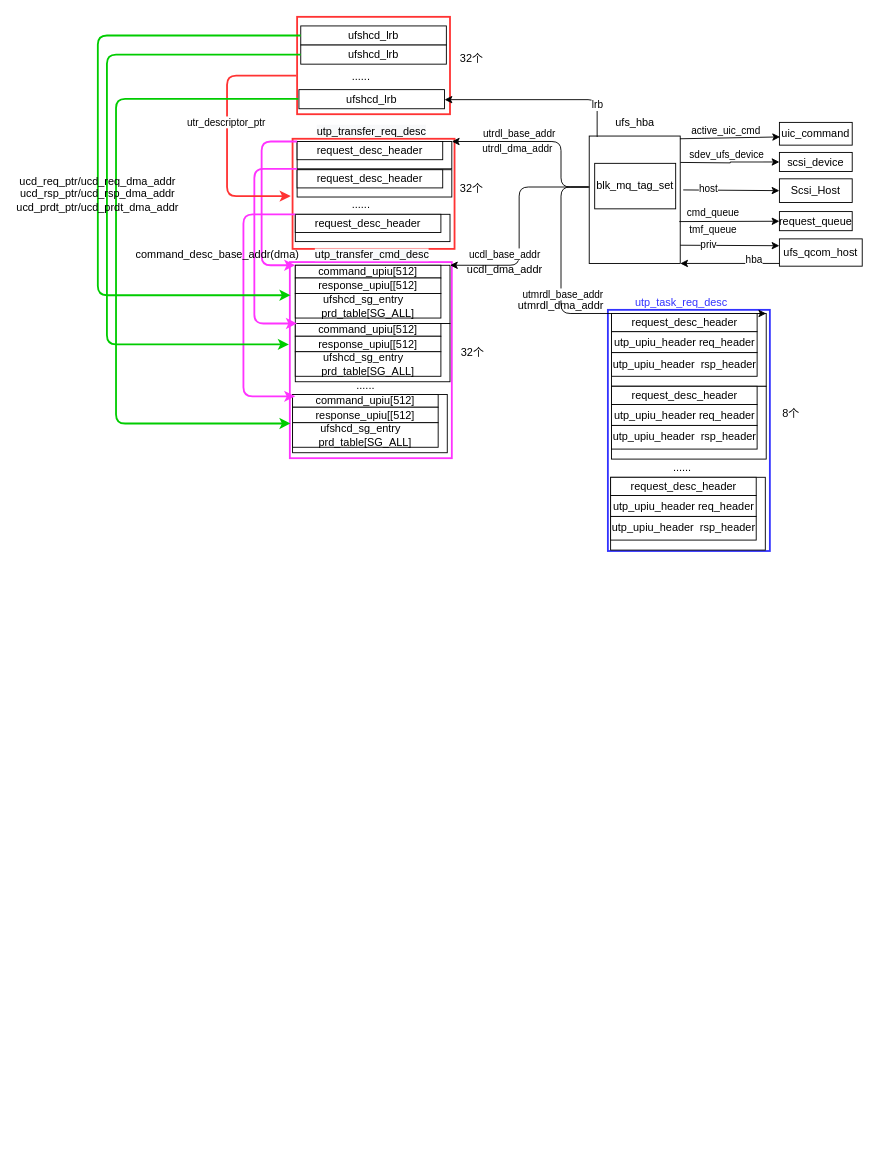
The draw.io diagram ufs.drawio in jasonactions/graph, before the edit. Source tidied: cells renumbered, new cells numbered last; positions are measured from the earlier drawing's top-left corner, leaving out a move shared by most shapes. Both pictures are drawn from the tidied source at 91%, with x=0, y=0 at pixel (15, 16).
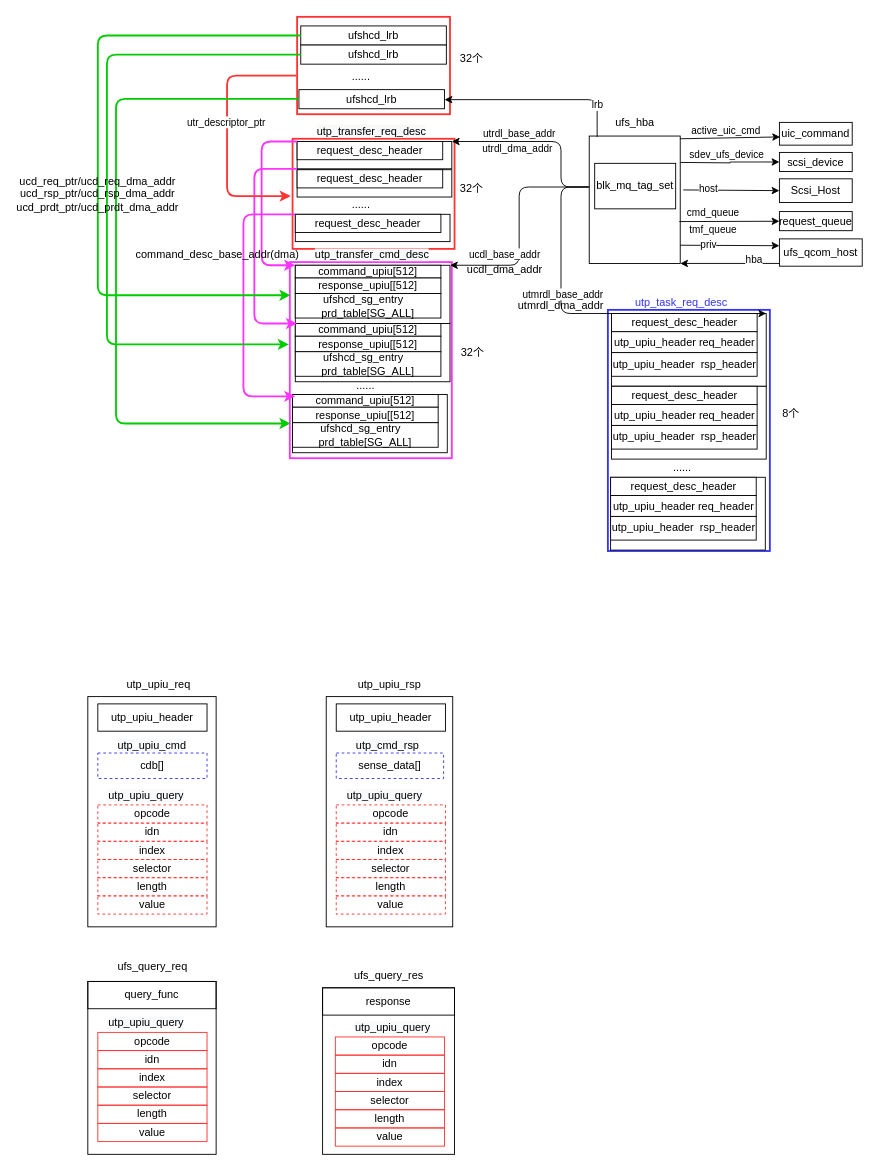
After the change.

What changed in the source:
```diff
@@
+    <mxCell id="92" style="rounded=0;whiteSpace=wrap;html=1;strokeColor=#000000;strokeWidth=1;fillColor=none;" parent="1" vertex="1">
+      <mxGeometry x="79" y="747" width="141" height="253" as="geometry" />
+    </mxCell>
+    <mxCell id="93" value="utp_upiu_header" style="rounded=0;whiteSpace=wrap;html=1;strokeWidth=1;fillColor=none;" parent="1" vertex="1">
+      <mxGeometry x="90" y="755" width="120" height="30" as="geometry" />
+    </mxCell>
@@
+    <mxCell id="94" value="utp_upiu_req" style="text;whiteSpace=wrap;html=1;" parent="1" vertex="1">
+      <mxGeometry x="120" y="720" width="100" height="30" as="geometry" />
+    </mxCell>
+    <mxCell id="95" value="cdb[]" style="rounded=0;whiteSpace=wrap;html=1;strokeWidth=1;fillColor=none;dashed=1;strokeColor=#3333FF;" parent="1" vertex="1">
+      <mxGeometry x="90" y="809" width="120" height="28" as="geometry" />
+    </mxCell>
+    <mxCell id="96" value="opcode" style="rounded=0;whiteSpace=wrap;html=1;strokeWidth=1;fillColor=none;dashed=1;strokeColor=#FF3333;" parent="1" vertex="1">
+      <mxGeometry x="90" y="866" width="120" height="20" as="geometry" />
+    </mxCell>
+    <mxCell id="97" value="&lt;span style=&quot;color: rgb(0, 0, 0); font-family: helvetica; font-size: 12px; font-style: normal; font-weight: 400; letter-spacing: normal; text-align: center; text-indent: 0px; text-transform: none; word-spacing: 0px; background-color: rgb(248, 249, 250); display: inline; float: none;&quot;&gt;utp_upiu_cmd&lt;/span&gt;" style="text;whiteSpace=wrap;html=1;" parent="1" vertex="1">
+      <mxGeometry x="110" y="787" width="100" height="20" as="geometry" />
+    </mxCell>
+    <mxCell id="98" value="&lt;span style=&quot;color: rgb(0 , 0 , 0) ; font-family: &amp;#34;helvetica&amp;#34; ; font-size: 12px ; font-style: normal ; font-weight: 400 ; letter-spacing: normal ; text-align: center ; text-indent: 0px ; text-transform: none ; word-spacing: 0px ; background-color: rgb(248 , 249 , 250) ; display: inline ; float: none&quot;&gt;utp_upiu_query&lt;/span&gt;" style="text;whiteSpace=wrap;html=1;dashed=1;" parent="1" vertex="1">
+      <mxGeometry x="100" y="842" width="100" height="30" as="geometry" />
+    </mxCell>
+    <mxCell id="99" value="idn" style="rounded=0;whiteSpace=wrap;html=1;strokeWidth=1;fillColor=none;dashed=1;strokeColor=#FF3333;" parent="1" vertex="1">
+      <mxGeometry x="90" y="886" width="120" height="20" as="geometry" />
+    </mxCell>
+    <mxCell id="100" value="index" style="rounded=0;whiteSpace=wrap;html=1;strokeWidth=1;fillColor=none;dashed=1;strokeColor=#FF3333;" parent="1" vertex="1">
+      <mxGeometry x="90" y="906" width="120" height="20" as="geometry" />
+    </mxCell>
+    <mxCell id="101" value="selector" style="rounded=0;whiteSpace=wrap;html=1;strokeWidth=1;fillColor=none;dashed=1;strokeColor=#FF3333;" parent="1" vertex="1">
+      <mxGeometry x="90" y="926" width="120" height="20" as="geometry" />
+    </mxCell>
+    <mxCell id="102" value="length" style="rounded=0;whiteSpace=wrap;html=1;strokeWidth=1;fillColor=none;dashed=1;strokeColor=#FF3333;" parent="1" vertex="1">
+      <mxGeometry x="90" y="946" width="120" height="20" as="geometry" />
+    </mxCell>
+    <mxCell id="103" value="value" style="rounded=0;whiteSpace=wrap;html=1;strokeWidth=1;fillColor=none;dashed=1;strokeColor=#FF3333;" parent="1" vertex="1">
+      <mxGeometry x="90" y="966" width="120" height="20" as="geometry" />
+    </mxCell>
+    <mxCell id="104" style="rounded=0;whiteSpace=wrap;html=1;strokeColor=#000000;strokeWidth=1;fillColor=none;" parent="1" vertex="1">
+      <mxGeometry x="341" y="747" width="139" height="253" as="geometry" />
+    </mxCell>
+    <mxCell id="105" value="utp_upiu_header" style="rounded=0;whiteSpace=wrap;html=1;strokeWidth=1;fillColor=none;" parent="1" vertex="1">
+      <mxGeometry x="352" y="755" width="120" height="30" as="geometry" />
+    </mxCell>
+    <mxCell id="106" value="utp_upiu_rsp" style="text;whiteSpace=wrap;html=1;" parent="1" vertex="1">
+      <mxGeometry x="374" y="720" width="100" height="30" as="geometry" />
+    </mxCell>
+    <mxCell id="107" value="sense_data[]" style="rounded=0;whiteSpace=wrap;html=1;strokeWidth=1;fillColor=none;dashed=1;strokeColor=#3333FF;" parent="1" vertex="1">
+      <mxGeometry x="352" y="809" width="118" height="28" as="geometry" />
+    </mxCell>
+    <mxCell id="108" value="opcode" style="rounded=0;whiteSpace=wrap;html=1;strokeWidth=1;fillColor=none;dashed=1;strokeColor=#FF3333;" parent="1" vertex="1">
+      <mxGeometry x="352" y="866" width="120" height="20" as="geometry" />
+    </mxCell>
+    <mxCell id="109" value="&lt;span style=&quot;color: rgb(0 , 0 , 0) ; font-family: &amp;#34;helvetica&amp;#34; ; font-size: 12px ; font-style: normal ; font-weight: 400 ; letter-spacing: normal ; text-align: center ; text-indent: 0px ; text-transform: none ; word-spacing: 0px ; background-color: rgb(248 , 249 , 250) ; display: inline ; float: none&quot;&gt;utp_cmd_rsp&lt;/span&gt;" style="text;whiteSpace=wrap;html=1;" parent="1" vertex="1">
+      <mxGeometry x="372" y="787" width="100" height="20" as="geometry" />
+    </mxCell>
+    <mxCell id="110" value="&lt;span style=&quot;color: rgb(0 , 0 , 0) ; font-family: &amp;#34;helvetica&amp;#34; ; font-size: 12px ; font-style: normal ; font-weight: 400 ; letter-spacing: normal ; text-align: center ; text-indent: 0px ; text-transform: none ; word-spacing: 0px ; background-color: rgb(248 , 249 , 250) ; display: inline ; float: none&quot;&gt;utp_upiu_query&lt;/span&gt;" style="text;whiteSpace=wrap;html=1;dashed=1;" parent="1" vertex="1">
+      <mxGeometry x="362" y="842" width="100" height="30" as="geometry" />
+    </mxCell>
+    <mxCell id="111" value="idn" style="rounded=0;whiteSpace=wrap;html=1;strokeWidth=1;fillColor=none;dashed=1;strokeColor=#FF3333;" parent="1" vertex="1">
+      <mxGeometry x="352" y="886" width="120" height="20" as="geometry" />
+    </mxCell>
+    <mxCell id="112" value="index" style="rounded=0;whiteSpace=wrap;html=1;strokeWidth=1;fillColor=none;dashed=1;strokeColor=#FF3333;" parent="1" vertex="1">
+      <mxGeometry x="352" y="906" width="120" height="20" as="geometry" />
+    </mxCell>
+    <mxCell id="113" value="selector" style="rounded=0;whiteSpace=wrap;html=1;strokeWidth=1;fillColor=none;dashed=1;strokeColor=#FF3333;" parent="1" vertex="1">
+      <mxGeometry x="352" y="926" width="120" height="20" as="geometry" />
+    </mxCell>
+    <mxCell id="114" value="length" style="rounded=0;whiteSpace=wrap;html=1;strokeWidth=1;fillColor=none;dashed=1;strokeColor=#FF3333;" parent="1" vertex="1">
+      <mxGeometry x="352" y="946" width="120" height="20" as="geometry" />
+    </mxCell>
+    <mxCell id="115" value="value" style="rounded=0;whiteSpace=wrap;html=1;strokeWidth=1;fillColor=none;dashed=1;strokeColor=#FF3333;" parent="1" vertex="1">
+      <mxGeometry x="352" y="966" width="120" height="20" as="geometry" />
+    </mxCell>
+    <mxCell id="116" style="rounded=0;whiteSpace=wrap;html=1;strokeColor=#000000;strokeWidth=1;fillColor=none;" parent="1" vertex="1">
+      <mxGeometry x="337" y="1067" width="145" height="183" as="geometry" />
+    </mxCell>
+    <mxCell id="117" value="response" style="rounded=0;whiteSpace=wrap;html=1;strokeWidth=1;fillColor=none;" parent="1" vertex="1">
+      <mxGeometry x="337" y="1067" width="145" height="30" as="geometry" />
+    </mxCell>
+    <mxCell id="118" value="ufs_query_res" style="text;whiteSpace=wrap;html=1;" parent="1" vertex="1">
+      <mxGeometry x="370" y="1040" width="100" height="30" as="geometry" />
+    </mxCell>
+    <mxCell id="119" style="rounded=0;whiteSpace=wrap;html=1;strokeColor=#000000;strokeWidth=1;fillColor=none;" parent="1" vertex="1">
+      <mxGeometry x="79" y="1060" width="141" height="190" as="geometry" />
+    </mxCell>
+    <mxCell id="120" value="ufs_query_req" style="text;whiteSpace=wrap;html=1;" parent="1" vertex="1">
+      <mxGeometry x="110" y="1030" width="100" height="30" as="geometry" />
+    </mxCell>
+    <mxCell id="121" value="opcode" style="rounded=0;whiteSpace=wrap;html=1;strokeWidth=1;fillColor=none;strokeColor=#FF3333;" parent="1" vertex="1">
+      <mxGeometry x="90" y="1116" width="120" height="20" as="geometry" />
+    </mxCell>
+    <mxCell id="122" value="&lt;span style=&quot;color: rgb(0 , 0 , 0) ; font-family: &amp;#34;helvetica&amp;#34; ; font-size: 12px ; font-style: normal ; font-weight: 400 ; letter-spacing: normal ; text-align: center ; text-indent: 0px ; text-transform: none ; word-spacing: 0px ; background-color: rgb(248 , 249 , 250) ; display: inline ; float: none&quot;&gt;utp_upiu_query&lt;/span&gt;" style="text;whiteSpace=wrap;html=1;dashed=1;" parent="1" vertex="1">
+      <mxGeometry x="100" y="1092" width="100" height="30" as="geometry" />
+    </mxCell>
+    <mxCell id="123" value="idn" style="rounded=0;whiteSpace=wrap;html=1;strokeWidth=1;fillColor=none;strokeColor=#FF3333;" parent="1" vertex="1">
+      <mxGeometry x="90" y="1136" width="120" height="20" as="geometry" />
+    </mxCell>
+    <mxCell id="124" value="index" style="rounded=0;whiteSpace=wrap;html=1;strokeWidth=1;fillColor=none;strokeColor=#FF3333;" parent="1" vertex="1">
+      <mxGeometry x="90" y="1156" width="120" height="20" as="geometry" />
+    </mxCell>
+    <mxCell id="125" value="selector" style="rounded=0;whiteSpace=wrap;html=1;strokeWidth=1;fillColor=none;strokeColor=#FF3333;" parent="1" vertex="1">
+      <mxGeometry x="90" y="1176" width="120" height="20" as="geometry" />
+    </mxCell>
+    <mxCell id="126" value="length" style="rounded=0;whiteSpace=wrap;html=1;strokeWidth=1;fillColor=none;strokeColor=#FF3333;" parent="1" vertex="1">
+      <mxGeometry x="90" y="1196" width="120" height="20" as="geometry" />
+    </mxCell>
+    <mxCell id="127" value="value" style="rounded=0;whiteSpace=wrap;html=1;strokeWidth=1;fillColor=none;strokeColor=#FF3333;" parent="1" vertex="1">
+      <mxGeometry x="90" y="1216" width="120" height="20" as="geometry" />
+    </mxCell>
+    <mxCell id="128" value="query_func" style="rounded=0;whiteSpace=wrap;html=1;strokeWidth=1;fillColor=none;" parent="1" vertex="1">
+      <mxGeometry x="79" y="1060" width="141" height="30" as="geometry" />
+    </mxCell>
+    <mxCell id="129" value="opcode" style="rounded=0;whiteSpace=wrap;html=1;strokeWidth=1;fillColor=none;strokeColor=#FF3333;" parent="1" vertex="1">
+      <mxGeometry x="351" y="1121" width="120" height="20" as="geometry" />
+    </mxCell>
+    <mxCell id="130" value="&lt;span style=&quot;color: rgb(0 , 0 , 0) ; font-family: &amp;#34;helvetica&amp;#34; ; font-size: 12px ; font-style: normal ; font-weight: 400 ; letter-spacing: normal ; text-align: center ; text-indent: 0px ; text-transform: none ; word-spacing: 0px ; background-color: rgb(248 , 249 , 250) ; display: inline ; float: none&quot;&gt;utp_upiu_query&lt;/span&gt;" style="text;whiteSpace=wrap;html=1;dashed=1;" parent="1" vertex="1">
+      <mxGeometry x="371" y="1097" width="100" height="30" as="geometry" />
+    </mxCell>
+    <mxCell id="131" value="idn" style="rounded=0;whiteSpace=wrap;html=1;strokeWidth=1;fillColor=none;strokeColor=#FF3333;" parent="1" vertex="1">
+      <mxGeometry x="351" y="1141" width="120" height="20" as="geometry" />
+    </mxCell>
+    <mxCell id="132" value="index" style="rounded=0;whiteSpace=wrap;html=1;strokeWidth=1;fillColor=none;strokeColor=#FF3333;" parent="1" vertex="1">
+      <mxGeometry x="351" y="1161" width="120" height="20" as="geometry" />
+    </mxCell>
+    <mxCell id="133" value="selector" style="rounded=0;whiteSpace=wrap;html=1;strokeWidth=1;fillColor=none;strokeColor=#FF3333;" parent="1" vertex="1">
+      <mxGeometry x="351" y="1181" width="120" height="20" as="geometry" />
+    </mxCell>
+    <mxCell id="134" value="length" style="rounded=0;whiteSpace=wrap;html=1;strokeWidth=1;fillColor=none;strokeColor=#FF3333;" parent="1" vertex="1">
+      <mxGeometry x="351" y="1201" width="120" height="20" as="geometry" />
+    </mxCell>
+    <mxCell id="135" value="value" style="rounded=0;whiteSpace=wrap;html=1;strokeWidth=1;fillColor=none;strokeColor=#FF3333;" parent="1" vertex="1">
+      <mxGeometry x="351" y="1221" width="120" height="20" as="geometry" />
+    </mxCell>
```
